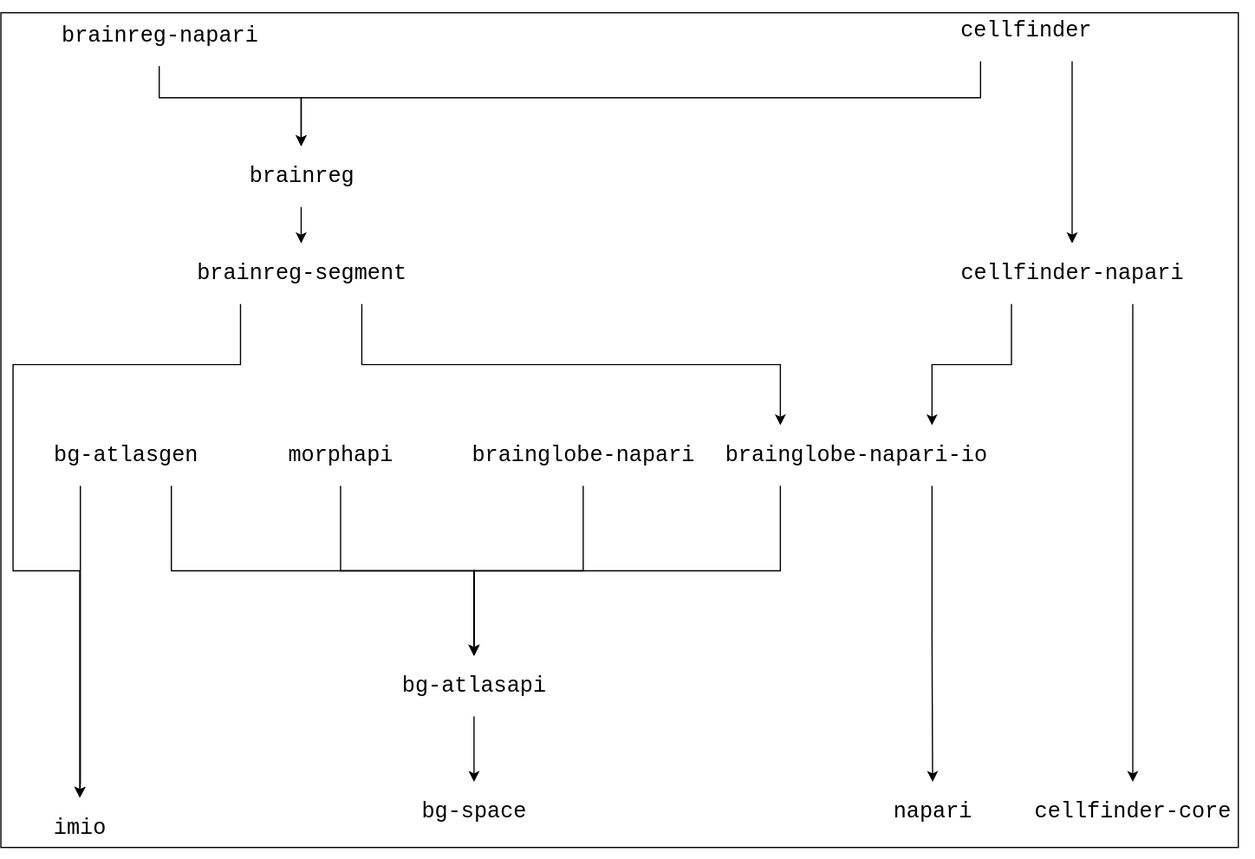
brainglobe/brainglobe-meta keeps this draw.io diagram as docs/assets/BrainGlobe-dependencies.svg. Above is the earlier version. Source tidied: cells renumbered, new cells last; positions are measured from the earlier drawing's top-left corner, leaving out a move shared by most shapes.
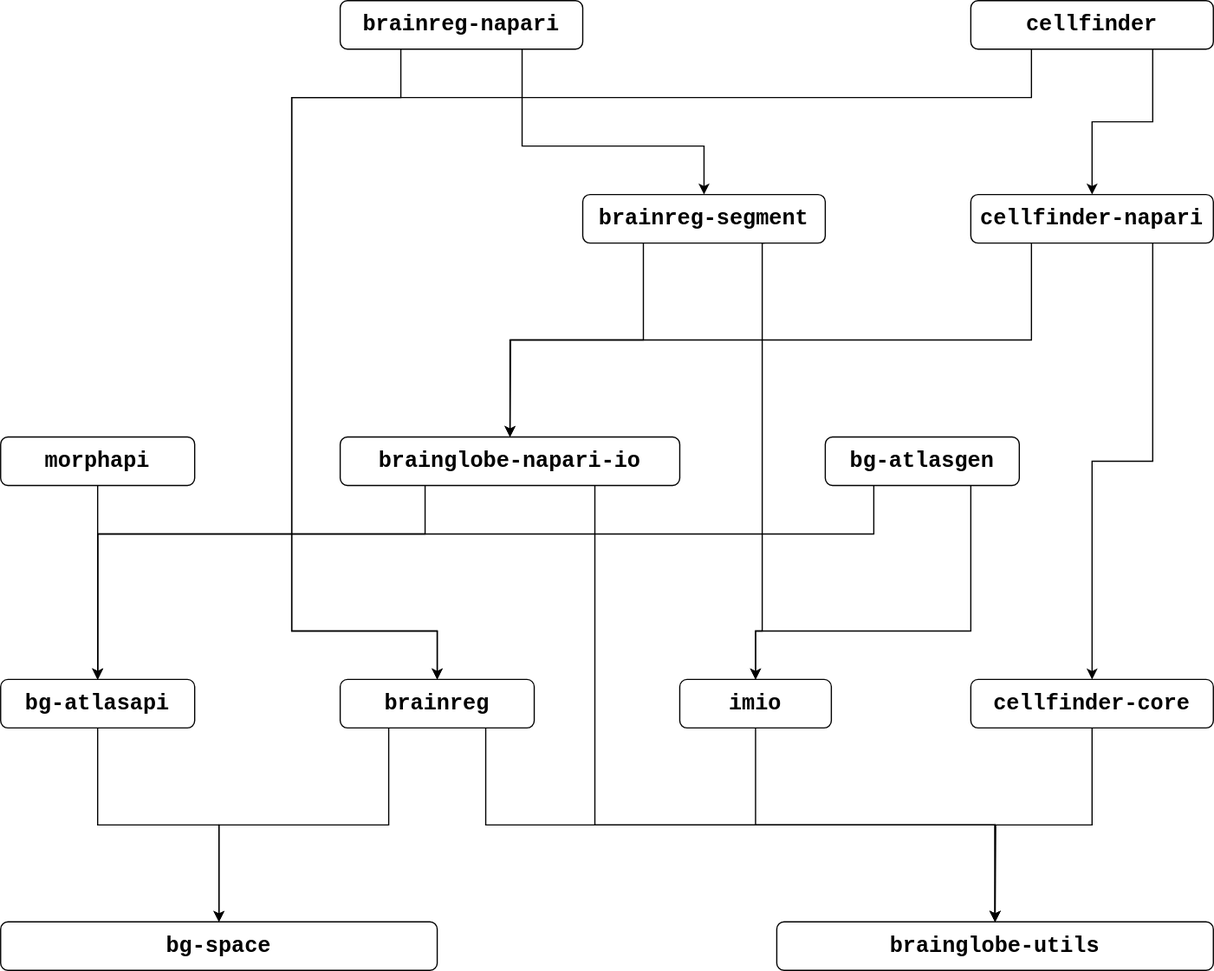
The same diagram one commit later.

Commit message:
List package dependencies consistently in `toml` (#22)

* Update dependency graph

* Update with list of repos and feedstocks

* Reorder pyproject.toml

What changed in the source:
```diff
@@ -2,125 +2,147 @@
   <root>
     <mxCell id="0" />
     <mxCell id="1" parent="0" />
-    <mxCell id="2" style="rounded=0;whiteSpace=wrap;html=1;" parent="1" vertex="1">
-      <mxGeometry y="10" width="1020" height="688" as="geometry" />
-    </mxCell>
-    <mxCell id="3" value="napari" style="text;html=1;strokeColor=none;fillColor=none;align=center;verticalAlign=middle;rounded=0;fontFamily=Courier New;labelBackgroundColor=#FFFFFF;fontColor=#000000;labelBorderColor=none;fontSize=18;" parent="1" vertex="1">
-      <mxGeometry x="718" y="644" width="100" height="50" as="geometry" />
-    </mxCell>
-    <mxCell id="4" value="bg-space" style="text;html=1;strokeColor=none;fillColor=none;align=center;verticalAlign=middle;rounded=0;fontFamily=Courier New;labelBackgroundColor=#FFFFFF;fontColor=#000000;labelBorderColor=none;fontSize=18;" parent="1" vertex="1">
-      <mxGeometry x="340" y="644" width="100" height="50" as="geometry" />
+    <mxCell id="4" value="&lt;font style=&quot;font-size: 18px;&quot;&gt;&lt;span style=&quot;font-size: 18px;&quot;&gt;bg-space&lt;/span&gt;&lt;/font&gt;" style="rounded=1;whiteSpace=wrap;html=1;fontFamily=Courier New;fontStyle=1;fontSize=18;" parent="1" vertex="1">
+      <mxGeometry x="50" y="1440" width="360" height="40" as="geometry" />
     </mxCell>
-    <mxCell id="5" value="cellfinder-core" style="text;html=1;strokeColor=none;fillColor=none;align=center;verticalAlign=middle;rounded=0;fontFamily=Courier New;labelBackgroundColor=#FFFFFF;fontColor=#000000;labelBorderColor=none;fontSize=18;" parent="1" vertex="1">
-      <mxGeometry x="833" y="644" width="200" height="50" as="geometry" />
-    </mxCell>
-    <mxCell id="6" value="imio" style="text;html=1;strokeColor=none;fillColor=none;align=center;verticalAlign=middle;rounded=0;fontFamily=Courier New;labelBackgroundColor=#FFFFFF;fontColor=#000000;labelBorderColor=none;fontSize=18;" parent="1" vertex="1">
-      <mxGeometry x="15" y="657" width="100" height="50" as="geometry" />
-    </mxCell>
+    <mxCell id="32" value="&lt;font style=&quot;font-size: 18px;&quot;&gt;&lt;span style=&quot;font-size: 18px;&quot;&gt;brainglobe-utils&lt;/span&gt;&lt;/font&gt;" style="rounded=1;whiteSpace=wrap;html=1;fontFamily=Courier New;fontStyle=1;fontSize=18;" parent="1" vertex="1">
+      <mxGeometry x="690" y="1440" width="360" height="40" as="geometry" />
+    </mxCell>
-    <mxCell id="7" style="edgeStyle=orthogonalEdgeStyle;rounded=0;jettySize=auto;html=1;" parent="1" edge="1" source="8" target="4">
+    <mxCell id="7" style="edgeStyle=orthogonalEdgeStyle;rounded=0;jettySize=auto;html=1;entryX=0.5;entryY=0;entryDx=0;entryDy=0;fontFamily=Courier New;fontStyle=1;fontSize=18;" parent="1" edge="1" source="8" target="4">
       <mxGeometry relative="1" as="geometry" />
     </mxCell>
-    <mxCell id="8" value="bg-atlasapi" style="text;html=1;strokeColor=none;fillColor=none;align=center;verticalAlign=middle;rounded=0;fontFamily=Courier New;labelBackgroundColor=#FFFFFF;fontColor=#000000;labelBorderColor=none;fontSize=18;" parent="1" vertex="1">
-      <mxGeometry x="315" y="540" width="150" height="50" as="geometry" />
+    <mxCell id="8" value="&lt;font style=&quot;font-size: 18px;&quot;&gt;&lt;span style=&quot;font-size: 18px;&quot;&gt;bg-atlasapi&lt;/span&gt;&lt;/font&gt;" style="rounded=1;whiteSpace=wrap;html=1;fontFamily=Courier New;fontStyle=1;fontSize=18;" parent="1" vertex="1">
+      <mxGeometry x="50" y="1240" width="160" height="40" as="geometry" />
     </mxCell>
+    <mxCell id="33" style="edgeStyle=orthogonalEdgeStyle;rounded=0;jettySize=auto;html=1;entryX=0.5;entryY=0;entryDx=0;entryDy=0;fontFamily=Courier New;fontStyle=1;fontSize=18;" parent="1" edge="1" source="6" target="32">
+      <mxGeometry relative="1" as="geometry" />
+    </mxCell>
+    <mxCell id="6" value="&lt;font style=&quot;font-size: 18px;&quot;&gt;&lt;span style=&quot;font-size: 18px;&quot;&gt;imio&lt;/span&gt;&lt;/font&gt;" style="rounded=1;whiteSpace=wrap;html=1;fontFamily=Courier New;fontStyle=1;fontSize=18;" parent="1" vertex="1">
+      <mxGeometry x="610" y="1240" width="125" height="40" as="geometry" />
+    </mxCell>
+    <mxCell id="34" style="edgeStyle=orthogonalEdgeStyle;rounded=0;jettySize=auto;html=1;fontFamily=Courier New;fontStyle=1;fontSize=18;" parent="1" edge="1" source="5">
+      <mxGeometry relative="1" as="geometry">
+        <mxPoint x="870" y="1440" as="targetPoint" />
+      </mxGeometry>
+    </mxCell>
+    <mxCell id="5" value="&lt;font style=&quot;font-size: 18px;&quot;&gt;&lt;span style=&quot;font-size: 18px;&quot;&gt;cellfinder-core&lt;/span&gt;&lt;/font&gt;" style="rounded=1;whiteSpace=wrap;html=1;fontFamily=Courier New;fontStyle=1;fontSize=18;" parent="1" vertex="1">
+      <mxGeometry x="850" y="1240" width="200" height="40" as="geometry" />
+    </mxCell>
+    <mxCell id="35" style="edgeStyle=orthogonalEdgeStyle;rounded=0;jettySize=auto;html=1;entryX=0.5;entryY=0;entryDx=0;entryDy=0;exitX=0.25;exitY=1;exitDx=0;exitDy=0;fontFamily=Courier New;fontStyle=1;fontSize=18;" parent="1" edge="1" source="26" target="4">
+      <mxGeometry relative="1" as="geometry" />
+    </mxCell>
+    <mxCell id="36" style="edgeStyle=orthogonalEdgeStyle;rounded=0;jettySize=auto;html=1;exitX=0.75;exitY=1;exitDx=0;exitDy=0;entryX=0.5;entryY=0;entryDx=0;entryDy=0;fontFamily=Courier New;fontStyle=1;fontSize=18;" parent="1" edge="1" source="26" target="32">
+      <mxGeometry relative="1" as="geometry" />
+    </mxCell>
+    <mxCell id="26" value="&lt;font style=&quot;font-size: 18px;&quot;&gt;&lt;span style=&quot;font-size: 18px;&quot;&gt;brainreg&lt;/span&gt;&lt;/font&gt;" style="rounded=1;whiteSpace=wrap;html=1;fontFamily=Courier New;fontStyle=1;fontSize=18;" parent="1" vertex="1">
+      <mxGeometry x="330" y="1240" width="160" height="40" as="geometry" />
+    </mxCell>
+    <mxCell id="15" style="edgeStyle=orthogonalEdgeStyle;rounded=0;jettySize=auto;html=1;fontFamily=Courier New;fontStyle=1;fontSize=18;" parent="1" edge="1" source="16" target="8">
+      <mxGeometry relative="1" as="geometry" />
+    </mxCell>
+    <mxCell id="16" value="&lt;font style=&quot;font-size: 18px;&quot;&gt;&lt;span style=&quot;font-size: 18px;&quot;&gt;morphapi&lt;/span&gt;&lt;/font&gt;" style="rounded=1;whiteSpace=wrap;html=1;fontSize=18;fontStyle=1;fontFamily=Courier New;" parent="1" vertex="1">
+      <mxGeometry x="50" y="1040" width="160" height="40" as="geometry" />
+    </mxCell>
-    <mxCell id="9" style="edgeStyle=orthogonalEdgeStyle;rounded=0;jettySize=auto;html=1;exitX=0.75;exitY=1;exitDx=0;exitDy=0;" parent="1" edge="1" source="11" target="8">
-      <mxGeometry relative="1" as="geometry" />
+    <mxCell id="9" style="edgeStyle=orthogonalEdgeStyle;rounded=0;jettySize=auto;html=1;exitX=0.25;exitY=1;exitDx=0;exitDy=0;entryX=0.5;entryY=0;entryDx=0;entryDy=0;fontFamily=Courier New;fontStyle=1;fontSize=18;" parent="1" edge="1" source="11" target="8">
+      <mxGeometry relative="1" as="geometry">
+        <Array as="points">
+          <mxPoint x="770" y="1120" />
+          <mxPoint x="130" y="1120" />
+        </Array>
+      </mxGeometry>
     </mxCell>
-    <mxCell id="10" style="edgeStyle=orthogonalEdgeStyle;rounded=0;jettySize=auto;html=1;exitX=0.25;exitY=1;exitDx=0;exitDy=0;entryX=0.5;entryY=0;entryDx=0;entryDy=0;" parent="1" edge="1" source="11" target="6">
+    <mxCell id="10" style="edgeStyle=orthogonalEdgeStyle;rounded=0;jettySize=auto;html=1;exitX=0.75;exitY=1;exitDx=0;exitDy=0;entryX=0.5;entryY=0;entryDx=0;entryDy=0;fontFamily=Courier New;fontStyle=1;fontSize=18;" parent="1" edge="1" source="11" target="6">
       <mxGeometry relative="1" as="geometry">
         <Array as="points">
-          <mxPoint x="66" y="644" />
+          <mxPoint x="850" y="1200" />
+          <mxPoint x="673" y="1200" />
         </Array>
       </mxGeometry>
     </mxCell>
-    <mxCell id="11" value="bg-atlasgen" style="text;html=1;strokeColor=none;fillColor=none;align=center;verticalAlign=middle;rounded=0;fontFamily=Courier New;labelBackgroundColor=#FFFFFF;fontColor=#000000;labelBorderColor=none;fontSize=18;" parent="1" vertex="1">
-      <mxGeometry x="28" y="350" width="150" height="50" as="geometry" />
+    <mxCell id="11" value="&lt;font style=&quot;font-size: 18px;&quot;&gt;bg-atlasgen&lt;/font&gt;" style="rounded=1;whiteSpace=wrap;html=1;fontSize=18;fontStyle=1;fontFamily=Courier New;" parent="1" vertex="1">
+      <mxGeometry x="730" y="1040" width="160" height="40" as="geometry" />
     </mxCell>
-    <mxCell id="12" style="edgeStyle=orthogonalEdgeStyle;rounded=0;jettySize=auto;html=1;exitX=0.75;exitY=1;exitDx=0;exitDy=0;entryX=0.5;entryY=0;entryDx=0;entryDy=0;" parent="1" edge="1" source="14" target="3">
-      <mxGeometry relative="1" as="geometry" />
-    </mxCell>
+    <mxCell id="37" style="edgeStyle=orthogonalEdgeStyle;rounded=0;jettySize=auto;html=1;exitX=0.75;exitY=1;exitDx=0;exitDy=0;fontFamily=Courier New;fontStyle=1;fontSize=18;" parent="1" edge="1" source="14">
+      <mxGeometry relative="1" as="geometry">
+        <mxPoint x="870" y="1440" as="targetPoint" />
+        <Array as="points">
+          <mxPoint x="840" y="1360" />
+          <mxPoint x="871" y="1360" />
+        </Array>
+      </mxGeometry>
+    </mxCell>
-    <mxCell id="13" style="edgeStyle=orthogonalEdgeStyle;rounded=0;jettySize=auto;html=1;exitX=0.25;exitY=1;exitDx=0;exitDy=0;entryX=0.5;entryY=0;entryDx=0;entryDy=0;" parent="1" edge="1" source="14" target="8">
-      <mxGeometry relative="1" as="geometry" />
+    <mxCell id="13" style="edgeStyle=orthogonalEdgeStyle;rounded=0;jettySize=auto;html=1;exitX=0.25;exitY=1;exitDx=0;exitDy=0;entryX=0.5;entryY=0;entryDx=0;entryDy=0;fontFamily=Courier New;fontStyle=1;fontSize=18;" parent="1" edge="1" source="14" target="8">
+      <mxGeometry relative="1" as="geometry">
+        <Array as="points">
+          <mxPoint x="400" y="1120" />
+          <mxPoint x="130" y="1120" />
+        </Array>
+      </mxGeometry>
     </mxCell>
-    <mxCell id="14" value="&lt;div&gt;brainglobe-napari-io&lt;/div&gt;" style="text;html=1;strokeColor=none;fillColor=none;align=center;verticalAlign=middle;rounded=0;fontFamily=Courier New;labelBackgroundColor=#FFFFFF;fontColor=#000000;labelBorderColor=none;fontSize=18;" parent="1" vertex="1">
-      <mxGeometry x="580" y="350" width="250" height="50" as="geometry" />
+    <mxCell id="14" value="&lt;font style=&quot;font-size: 18px;&quot;&gt;brainglobe-napari-io&lt;/font&gt;" style="rounded=1;whiteSpace=wrap;html=1;fontSize=18;fontStyle=1;fontFamily=Courier New;" parent="1" vertex="1">
+      <mxGeometry x="330" y="1040" width="280" height="40" as="geometry" />
     </mxCell>
-    <mxCell id="15" style="edgeStyle=orthogonalEdgeStyle;rounded=0;jettySize=auto;html=1;exitX=0.5;exitY=1;exitDx=0;exitDy=0;entryX=0.5;entryY=0;entryDx=0;entryDy=0;" parent="1" edge="1" source="16" target="8">
-      <mxGeometry relative="1" as="geometry" />
-    </mxCell>
-    <mxCell id="16" value="morphapi" style="text;html=1;strokeColor=none;fillColor=none;align=center;verticalAlign=middle;rounded=0;fontFamily=Courier New;labelBackgroundColor=#FFFFFF;fontColor=#000000;labelBorderColor=none;fontSize=18;" parent="1" vertex="1">
-      <mxGeometry x="230" y="350" width="100" height="50" as="geometry" />
-    </mxCell>
-    <mxCell id="17" style="edgeStyle=orthogonalEdgeStyle;rounded=0;jettySize=auto;html=1;entryX=0.5;entryY=0;entryDx=0;entryDy=0;" parent="1" edge="1" source="18" target="8">
-      <mxGeometry relative="1" as="geometry" />
-    </mxCell>
-    <mxCell id="18" value="brainglobe-napari" style="text;html=1;strokeColor=none;fillColor=none;align=center;verticalAlign=middle;rounded=0;fontFamily=Courier New;labelBackgroundColor=#FFFFFF;fontColor=#000000;labelBorderColor=none;fontSize=18;" parent="1" vertex="1">
-      <mxGeometry x="380" y="350" width="200" height="50" as="geometry" />
-    </mxCell>
-    <mxCell id="19" style="edgeStyle=orthogonalEdgeStyle;rounded=0;jettySize=auto;html=1;exitX=0.75;exitY=1;exitDx=0;exitDy=0;entryX=0.25;entryY=0;entryDx=0;entryDy=0;" parent="1" edge="1" source="21" target="14">
-      <mxGeometry relative="1" as="geometry" />
-    </mxCell>
+    <mxCell id="38" style="edgeStyle=orthogonalEdgeStyle;rounded=0;jettySize=auto;html=1;exitX=0.25;exitY=1;exitDx=0;exitDy=0;" parent="1" edge="1" source="21">
+      <mxGeometry relative="1" as="geometry">
+        <mxPoint x="470" y="1040" as="targetPoint" />
+      </mxGeometry>
+    </mxCell>
-    <mxCell id="20" style="edgeStyle=orthogonalEdgeStyle;rounded=0;jettySize=auto;html=1;exitX=0.25;exitY=1;exitDx=0;exitDy=0;entryX=0.5;entryY=0;entryDx=0;entryDy=0;" parent="1" edge="1" source="21" target="6">
+    <mxCell id="20" style="edgeStyle=orthogonalEdgeStyle;rounded=0;jettySize=auto;html=1;exitX=0.75;exitY=1;exitDx=0;exitDy=0;entryX=0.5;entryY=0;entryDx=0;entryDy=0;" parent="1" edge="1" source="21" target="6">
       <mxGeometry relative="1" as="geometry">
         <Array as="points">
-          <mxPoint x="198" y="300" />
-          <mxPoint x="10" y="300" />
-          <mxPoint x="10" y="470" />
-          <mxPoint x="65" y="470" />
+          <mxPoint x="678" y="1200" />
+          <mxPoint x="673" y="1200" />
         </Array>
       </mxGeometry>
     </mxCell>
-    <mxCell id="21" value="brainreg-segment" style="text;html=1;strokeColor=none;fillColor=none;align=center;verticalAlign=middle;rounded=0;fontFamily=Courier New;labelBackgroundColor=#FFFFFF;fontColor=#000000;labelBorderColor=none;fontSize=18;" parent="1" vertex="1">
-      <mxGeometry x="147.5" y="200" width="200" height="50" as="geometry" />
+    <mxCell id="21" value="&lt;font face=&quot;Courier New&quot;&gt;brainreg-segment&lt;/font&gt;" style="rounded=1;whiteSpace=wrap;html=1;fontSize=18;fontStyle=1;" parent="1" vertex="1">
+      <mxGeometry x="530" y="840" width="200" height="40" as="geometry" />
     </mxCell>
-    <mxCell id="22" style="edgeStyle=orthogonalEdgeStyle;rounded=0;jettySize=auto;html=1;exitX=0.75;exitY=1;exitDx=0;exitDy=0;entryX=0.5;entryY=0;entryDx=0;entryDy=0;" parent="1" edge="1" source="24" target="5">
+    <mxCell id="22" style="edgeStyle=orthogonalEdgeStyle;rounded=0;jettySize=auto;html=1;exitX=0.75;exitY=1;exitDx=0;exitDy=0;" parent="1" edge="1" source="24" target="5">
       <mxGeometry relative="1" as="geometry" />
     </mxCell>
-    <mxCell id="23" style="edgeStyle=orthogonalEdgeStyle;rounded=0;jettySize=auto;html=1;exitX=0.25;exitY=1;exitDx=0;exitDy=0;entryX=0.75;entryY=0;entryDx=0;entryDy=0;" parent="1" edge="1" source="24" target="14">
-      <mxGeometry relative="1" as="geometry">
-        <Array as="points">
-          <mxPoint x="833" y="300" />
-          <mxPoint x="768" y="300" />
-        </Array>
-      </mxGeometry>
+    <mxCell id="23" style="edgeStyle=orthogonalEdgeStyle;rounded=0;jettySize=auto;html=1;exitX=0.25;exitY=1;exitDx=0;exitDy=0;entryX=0.5;entryY=0;entryDx=0;entryDy=0;" parent="1" edge="1" source="24" target="14">
+      <mxGeometry relative="1" as="geometry" />
     </mxCell>
-    <mxCell id="24" value="cellfinder-napari" style="text;html=1;strokeColor=none;fillColor=none;align=center;verticalAlign=middle;rounded=0;fontFamily=Courier New;labelBackgroundColor=#FFFFFF;fontColor=#000000;labelBorderColor=none;fontSize=18;" parent="1" vertex="1">
-      <mxGeometry x="783" y="200" width="200" height="50" as="geometry" />
+    <mxCell id="24" value="&lt;font face=&quot;Courier New&quot;&gt;cellfinder-napari&lt;/font&gt;" style="rounded=1;whiteSpace=wrap;html=1;fontSize=18;fontStyle=1;" parent="1" vertex="1">
+      <mxGeometry x="850" y="840" width="200" height="40" as="geometry" />
     </mxCell>
-    <mxCell id="25" style="edgeStyle=orthogonalEdgeStyle;rounded=0;jettySize=auto;html=1;exitX=0.5;exitY=1;exitDx=0;exitDy=0;" parent="1" edge="1" source="26" target="21">
-      <mxGeometry relative="1" as="geometry" />
-    </mxCell>
-    <mxCell id="26" value="brainreg" style="text;html=1;strokeColor=none;fillColor=none;align=center;verticalAlign=middle;rounded=0;fontFamily=Courier New;labelBackgroundColor=#FFFFFF;fontColor=#000000;labelBorderColor=none;fontSize=18;" parent="1" vertex="1">
-      <mxGeometry x="200" y="120" width="95" height="50" as="geometry" />
-    </mxCell>
+    <mxCell id="30" style="edgeStyle=orthogonalEdgeStyle;rounded=0;jettySize=auto;html=1;exitX=0.75;exitY=1;exitDx=0;exitDy=0;entryX=0.5;entryY=0;entryDx=0;entryDy=0;" parent="1" edge="1" source="31" target="24">
+      <mxGeometry relative="1" as="geometry" />
+    </mxCell>
+    <mxCell id="29" style="edgeStyle=orthogonalEdgeStyle;rounded=0;jettySize=auto;html=1;exitX=0.25;exitY=1;exitDx=0;exitDy=0;entryX=0.5;entryY=0;entryDx=0;entryDy=0;" parent="1" edge="1" source="31" target="26">
+      <mxGeometry relative="1" as="geometry">
+        <Array as="points">
+          <mxPoint x="900" y="760" />
+          <mxPoint x="290" y="760" />
+          <mxPoint x="290" y="1200" />
+          <mxPoint x="410" y="1200" />
+        </Array>
+      </mxGeometry>
+    </mxCell>
+    <mxCell id="31" value="&lt;font face=&quot;Courier New&quot;&gt;cellfinder&lt;/font&gt;" style="rounded=1;whiteSpace=wrap;html=1;fontSize=18;fontStyle=1;" parent="1" vertex="1">
+      <mxGeometry x="850" y="680" width="200" height="40" as="geometry" />
+    </mxCell>
-    <mxCell id="27" style="edgeStyle=orthogonalEdgeStyle;rounded=0;jettySize=auto;html=1;entryX=0.5;entryY=0;entryDx=0;entryDy=0;" parent="1" edge="1" source="28" target="26">
+    <mxCell id="27" style="edgeStyle=orthogonalEdgeStyle;rounded=0;jettySize=auto;html=1;exitX=0.25;exitY=1;exitDx=0;exitDy=0;entryX=0.5;entryY=0;entryDx=0;entryDy=0;" parent="1" edge="1" source="28" target="26">
       <mxGeometry relative="1" as="geometry">
         <Array as="points">
-          <mxPoint x="131" y="80" />
-          <mxPoint x="248" y="80" />
+          <mxPoint x="380" y="760" />
+          <mxPoint x="290" y="760" />
+          <mxPoint x="290" y="1200" />
+          <mxPoint x="410" y="1200" />
         </Array>
       </mxGeometry>
     </mxCell>
+    <mxCell id="39" style="edgeStyle=orthogonalEdgeStyle;rounded=0;jettySize=auto;html=1;exitX=0.75;exitY=1;exitDx=0;exitDy=0;entryX=0.5;entryY=0;entryDx=0;entryDy=0;" parent="1" edge="1" source="28" target="21">
+      <mxGeometry relative="1" as="geometry">
+        <Array as="points">
+          <mxPoint x="480" y="800" />
+          <mxPoint x="630" y="800" />
+        </Array>
+      </mxGeometry>
+    </mxCell>
-    <mxCell id="28" value="brainreg-napari" style="text;html=1;strokeColor=none;fillColor=none;align=center;verticalAlign=middle;rounded=0;fontFamily=Courier New;labelBackgroundColor=#FFFFFF;fontColor=#000000;labelBorderColor=none;fontSize=18;" parent="1" vertex="1">
-      <mxGeometry x="28" y="4" width="205" height="50" as="geometry" />
+    <mxCell id="28" value="&lt;font face=&quot;Courier New&quot;&gt;brainreg-napari&lt;/font&gt;" style="rounded=1;whiteSpace=wrap;html=1;fontSize=18;fontStyle=1;" parent="1" vertex="1">
+      <mxGeometry x="330" y="680" width="200" height="40" as="geometry" />
     </mxCell>
-    <mxCell id="29" style="edgeStyle=orthogonalEdgeStyle;rounded=0;jettySize=auto;html=1;exitX=0.25;exitY=1;exitDx=0;exitDy=0;entryX=0.5;entryY=0;entryDx=0;entryDy=0;" parent="1" edge="1" source="31" target="26">
-      <mxGeometry relative="1" as="geometry">
-        <Array as="points">
-          <mxPoint x="808" y="80" />
-          <mxPoint x="248" y="80" />
-        </Array>
-      </mxGeometry>
-    </mxCell>
-    <mxCell id="30" style="edgeStyle=orthogonalEdgeStyle;rounded=0;jettySize=auto;html=1;exitX=0.75;exitY=1;exitDx=0;exitDy=0;entryX=0.5;entryY=0;entryDx=0;entryDy=0;" parent="1" edge="1" source="31" target="24">
-      <mxGeometry relative="1" as="geometry">
-        <Array as="points">
-          <mxPoint x="883" y="200" />
-        </Array>
-      </mxGeometry>
-    </mxCell>
-    <mxCell id="31" value="cellfinder" style="text;html=1;strokeColor=none;fillColor=none;align=center;verticalAlign=middle;rounded=0;fontFamily=Courier New;labelBackgroundColor=#FFFFFF;fontColor=#000000;labelBorderColor=none;fontSize=18;" parent="1" vertex="1">
-      <mxGeometry x="770" width="150" height="50" as="geometry" />
-    </mxCell>
   </root>
 </mxGraphModel>
```
